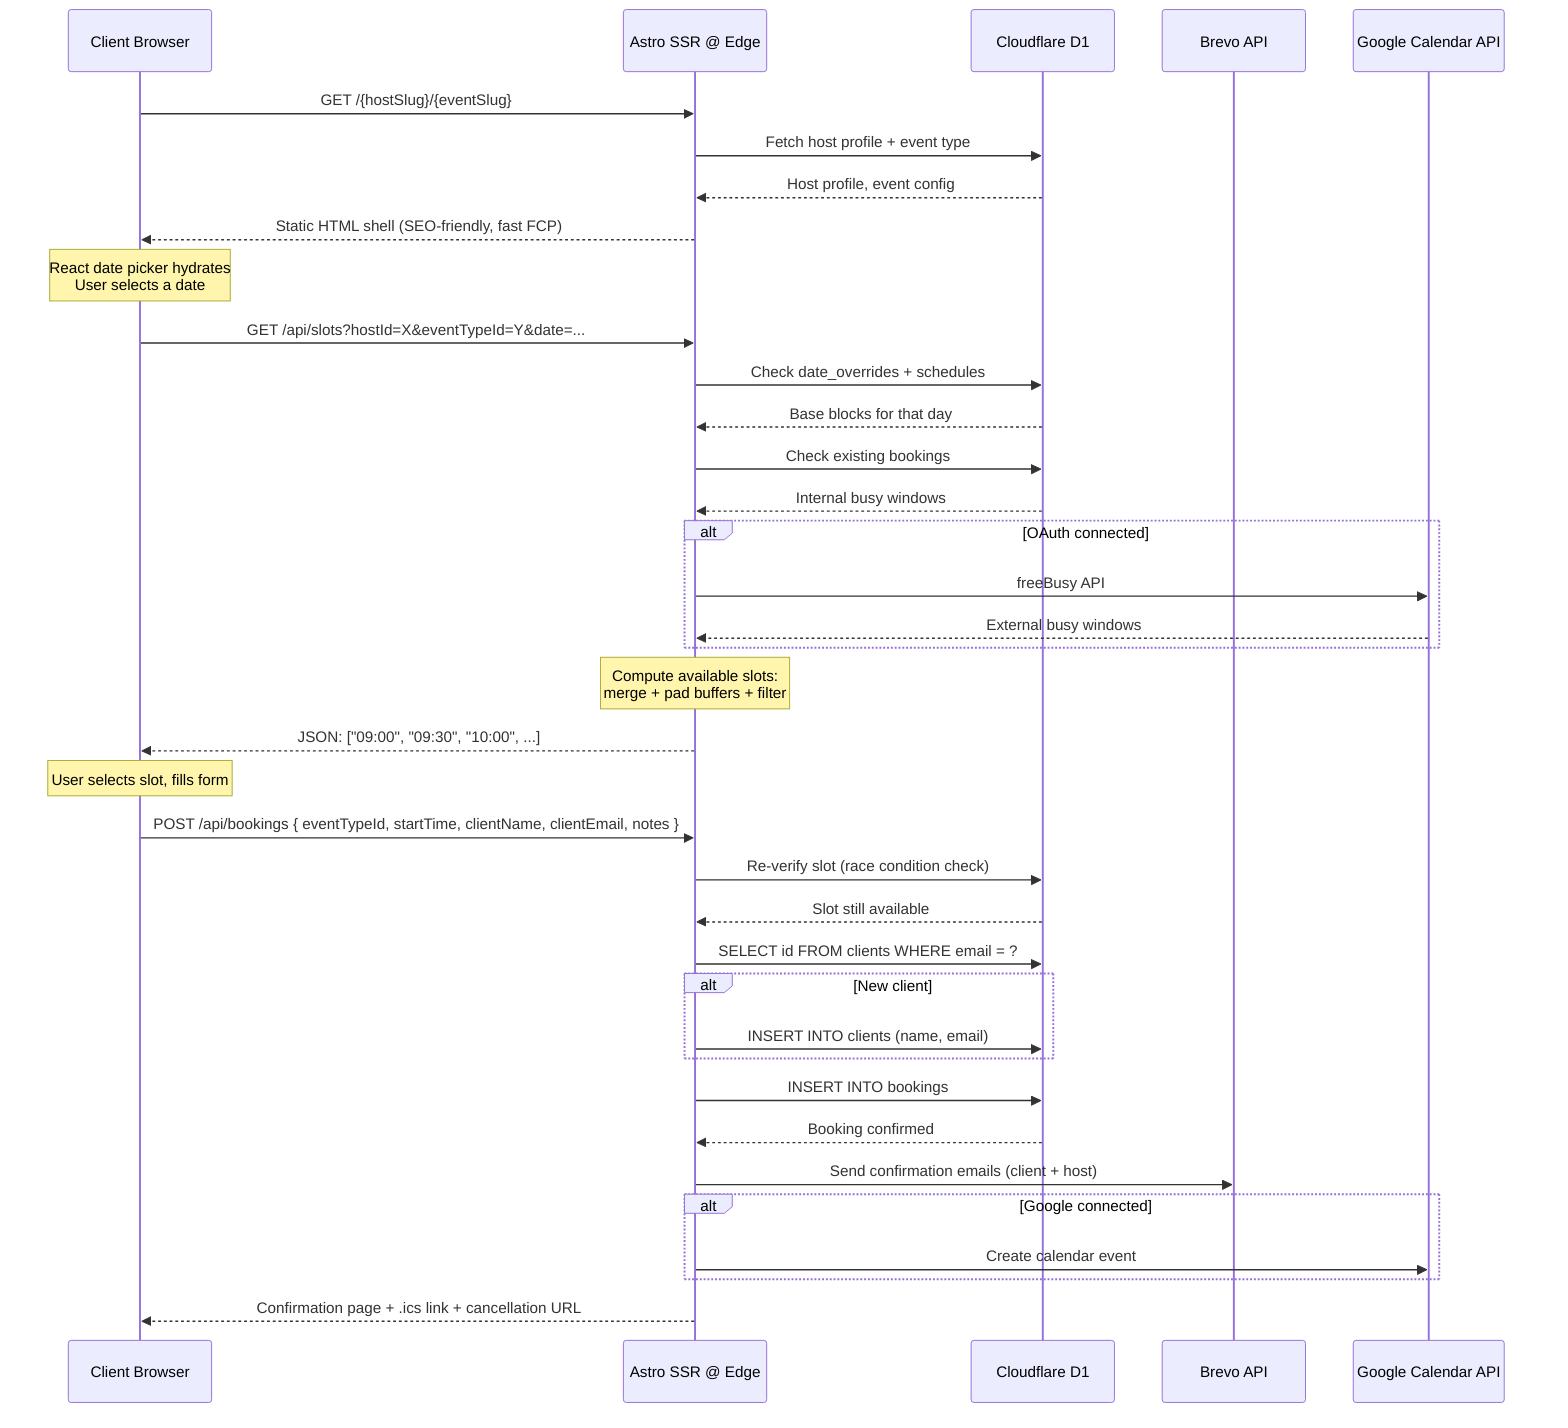
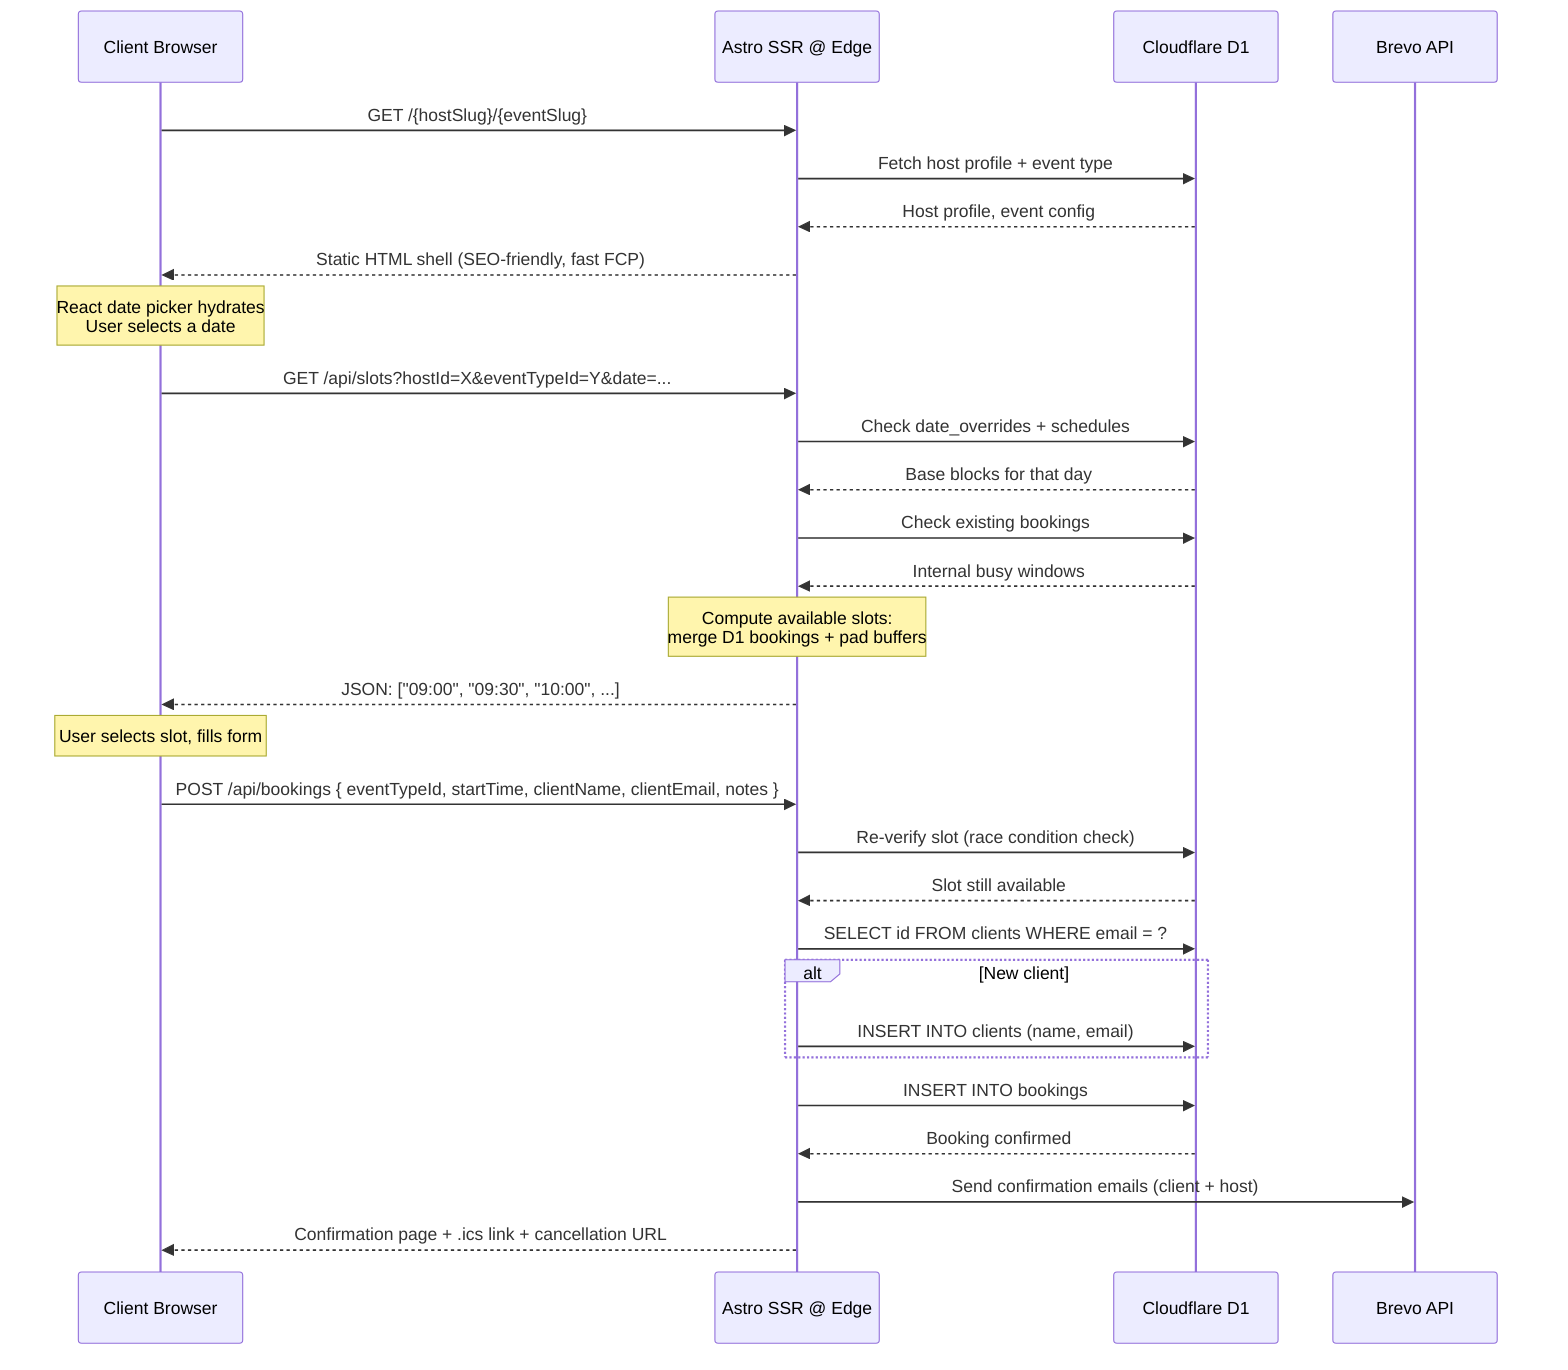
sequenceDiagram
    participant Browser as Client Browser
    participant Astro as Astro SSR @ Edge
    participant D1 as Cloudflare D1
    participant Brevo as Brevo API
-     participant Google as Google Calendar API

    Browser->>Astro: GET /{hostSlug}/{eventSlug}
    Astro->>D1: Fetch host profile + event type
    D1-->>Astro: Host profile, event config
    Astro-->>Browser: Static HTML shell (SEO-friendly, fast FCP)

    Note over Browser: React date picker hydrates<br/>User selects a date

    Browser->>Astro: GET /api/slots?hostId=X&eventTypeId=Y&date=...

    Astro->>D1: Check date_overrides + schedules
    D1-->>Astro: Base blocks for that day

    Astro->>D1: Check existing bookings
    D1-->>Astro: Internal busy windows

-     alt OAuth connected
-         Astro->>Google: freeBusy API
-         Google-->>Astro: External busy windows
-     end
- 
-     Note over Astro: Compute available slots:<br/>merge + pad buffers + filter
+     Note over Astro: Compute available slots:<br/>merge D1 bookings + pad buffers

    Astro-->>Browser: JSON: ["09:00", "09:30", "10:00", ...]

    Note over Browser: User selects slot, fills form

    Browser->>Astro: POST /api/bookings { eventTypeId, startTime, clientName, clientEmail, notes }

    Astro->>D1: Re-verify slot (race condition check)
    D1-->>Astro: Slot still available

    Astro->>D1: SELECT id FROM clients WHERE email = ?
    alt New client
        Astro->>D1: INSERT INTO clients (name, email)
    end

    Astro->>D1: INSERT INTO bookings
    D1-->>Astro: Booking confirmed

    Astro->>Brevo: Send confirmation emails (client + host)

-     alt Google connected
-         Astro->>Google: Create calendar event
-     end
- 
    Astro-->>Browser: Confirmation page + .ics link + cancellation URL
